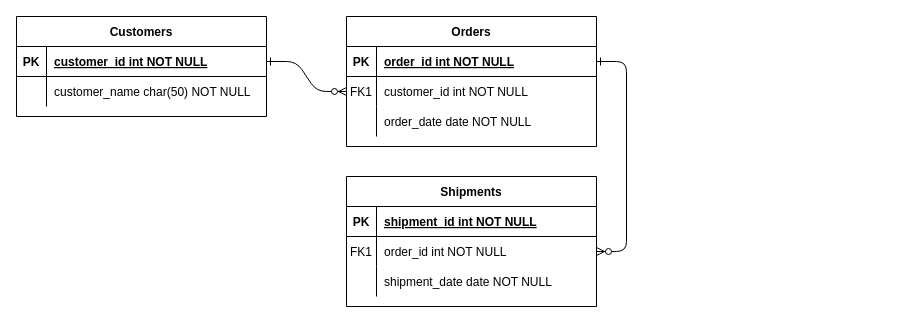
dorjiq/draw keeps this draw.io diagram as Диаграмма без названия.drawio. Above is the earlier version. Source tidied: cells renumbered, new cells numbered last; positions are measured from the earlier drawing's top-left corner, leaving out a move shared by most shapes. Both pictures are drawn from the tidied source at 100%, with x=0, y=0 at pixel (16, 16).
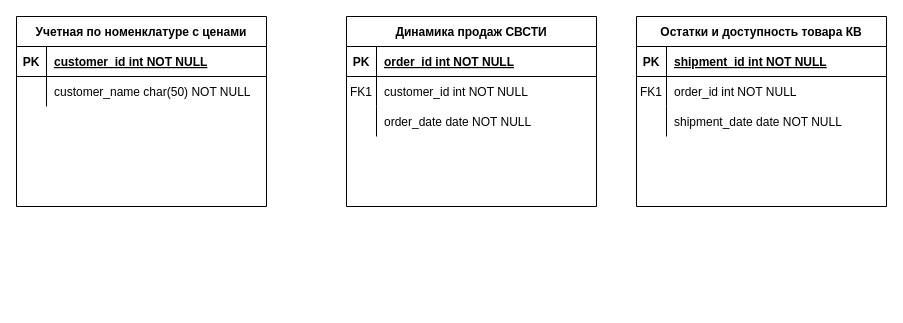
The same diagram, later.

Unchanged cells that the change refers to:
```xml
<mxCell id="5" style="shape=partialRectangle;fillColor=none;points=[[0,0.5],[1,0.5]];portConstraint=eastwest;top=0;left=0;right=0;bottom=1;" parent="4" vertex="1">
  <mxGeometry y="30" width="250" height="30" as="geometry" />
</mxCell>
<mxCell id="8" style="shape=partialRectangle;fillColor=none;points=[[0,0.5],[1,0.5]];portConstraint=eastwest;top=0;left=0;right=0;bottom=0;" parent="4" vertex="1">
  <mxGeometry y="60" width="250" height="30" as="geometry" />
</mxCell>
<mxCell id="18" style="shape=partialRectangle;fillColor=none;points=[[0,0.5],[1,0.5]];portConstraint=eastwest;top=0;left=0;right=0;bottom=0;" parent="14" vertex="1">
  <mxGeometry y="60" width="250" height="30" as="geometry" />
</mxCell>
<mxCell id="25" style="shape=partialRectangle;fillColor=none;points=[[0,0.5],[1,0.5]];portConstraint=eastwest;top=0;left=0;right=0;bottom=1;" parent="24" vertex="1">
  <mxGeometry y="30" width="250" height="30" as="geometry" />
</mxCell>
```

What changed in the source:
```diff
@@
-    <mxCell id="2" style="edgeStyle=entityRelationEdgeStyle;endArrow=ERzeroToMany;startArrow=ERone;endFill=1;startFill=0;" parent="1" edge="1" source="25" target="8">
-      <mxGeometry relative="1" as="geometry" />
-    </mxCell>
-    <mxCell id="3" style="edgeStyle=entityRelationEdgeStyle;endArrow=ERzeroToMany;startArrow=ERone;endFill=1;startFill=0;" parent="1" edge="1" source="5" target="18">
-      <mxGeometry relative="1" as="geometry" />
-    </mxCell>
-    <mxCell id="4" value="Orders" style="shape=table;startSize=30;childLayout=tableLayout;rowLines=0;fontStyle=1;align=center;" parent="1" vertex="1">
-      <mxGeometry x="330" width="250" height="130" as="geometry" />
+    <mxCell id="4" value="Динамика продаж СВСТИ" style="shape=table;startSize=30;childLayout=tableLayout;rowLines=0;fontStyle=1;align=center;" parent="1" vertex="1">
+      <mxGeometry x="330" width="250" height="190" as="geometry" />
     </mxCell>
@@
-    <mxCell id="14" value="Shipments" style="shape=table;startSize=30;childLayout=tableLayout;rowLines=0;fontStyle=1;align=center;" parent="1" vertex="1">
-      <mxGeometry x="330" y="160" width="250" height="130" as="geometry" />
+    <mxCell id="14" value="Остатки и доступность товара КВ" style="shape=table;startSize=30;childLayout=tableLayout;rowLines=0;fontStyle=1;align=center;" parent="1" vertex="1">
+      <mxGeometry x="620" width="250" height="190" as="geometry" />
     </mxCell>
@@
-    <mxCell id="24" value="Customers" style="shape=table;startSize=30;childLayout=tableLayout;rowLines=0;fontStyle=1;align=center;" parent="1" vertex="1">
-      <mxGeometry width="250" height="100" as="geometry" />
+    <mxCell id="24" value="Учетная по номенклатуре с ценами" style="shape=table;startSize=30;childLayout=tableLayout;rowLines=0;fontStyle=1;align=center;" parent="1" vertex="1">
+      <mxGeometry width="250" height="190" as="geometry" />
     </mxCell>
```
